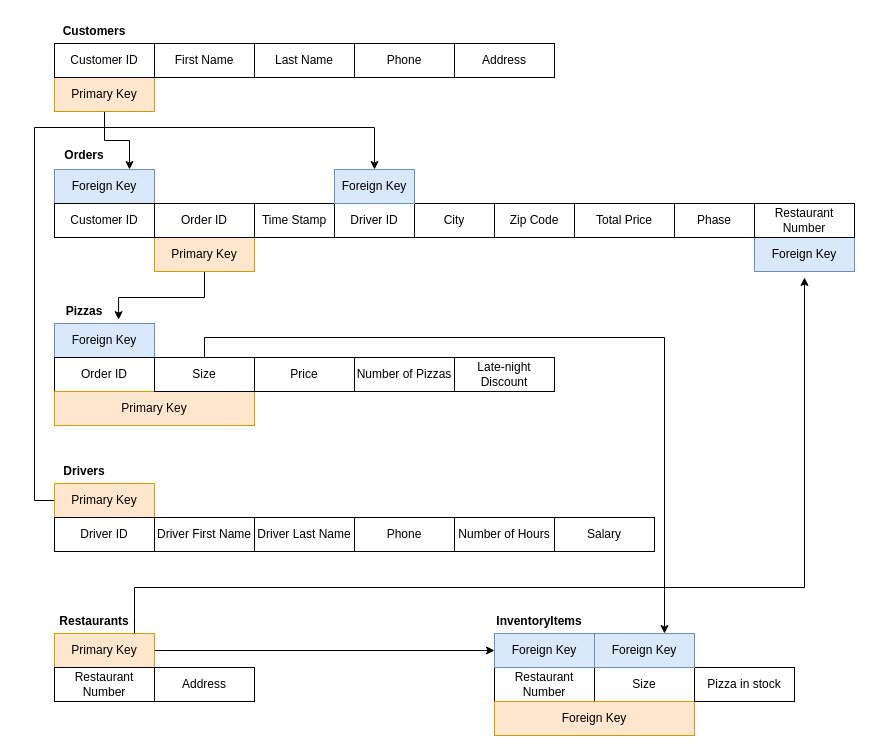
This is page "Second Relation Scheme" (3 of 3) of Project01.drawio from thanhnguyen210299/CSULB-CECS-323, a draw.io file, before an edit. Source tidied: cells renumbered, new cells numbered last; positions are measured from the earlier drawing's top-left corner, leaving out a move shared by most shapes. Both pictures are drawn from the tidied source at 100%, with x=0, y=0 at pixel (34, 17).
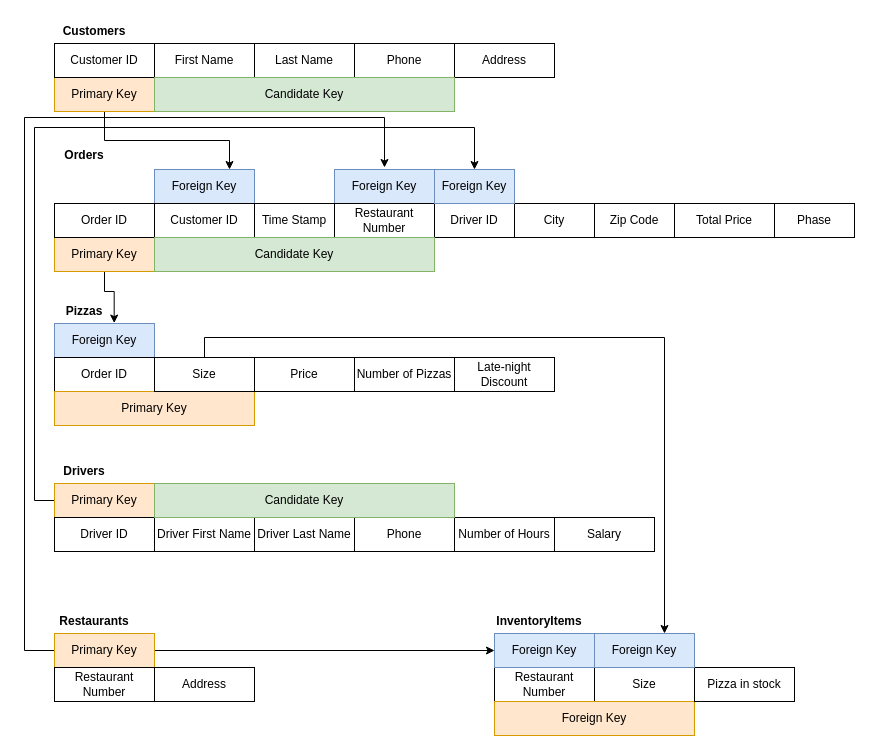
Above is the later version.

Unchanged cells that the change refers to:
```xml
<mxCell id="21" value="Primary Key" style="rounded=0;whiteSpace=wrap;html=1;fillColor=#ffe6cc;strokeColor=#d79b00;" parent="1" vertex="1">
  <mxGeometry x="20" y="466" width="100" height="34" as="geometry" />
</mxCell>
<mxCell id="33" value="Primary Key" style="rounded=0;whiteSpace=wrap;html=1;fillColor=#ffe6cc;strokeColor=#d79b00;" parent="1" vertex="1">
  <mxGeometry x="20" y="616" width="100" height="34" as="geometry" />
</mxCell>
<mxCell id="38" value="Pizzas" style="text;align=center;fontStyle=1;verticalAlign=middle;spacingLeft=3;spacingRight=3;strokeColor=none;points=[[0,0.5],[1,0.5]];portConstraint=eastwest;" parent="1" vertex="1">
  <mxGeometry x="10" y="280" width="80" height="26" as="geometry" />
</mxCell>
<mxCell id="41" value="Foreign Key" style="rounded=0;whiteSpace=wrap;html=1;fillColor=#dae8fc;strokeColor=#6c8ebf;" parent="1" vertex="1">
  <mxGeometry x="20" y="306" width="100" height="34" as="geometry" />
</mxCell>
```

Diff of the diagram source:
```diff
@@
-    <mxCell id="7" style="edgeStyle=orthogonalEdgeStyle;rounded=0;jettySize=auto;html=1;exitX=0.5;exitY=1;exitDx=0;exitDy=0;entryX=0.641;entryY=-0.112;entryDx=0;entryDy=0;entryPerimeter=0;" parent="1" edge="1" source="8" target="41">
-      <mxGeometry relative="1" as="geometry" />
+    <mxCell id="7" style="edgeStyle=orthogonalEdgeStyle;rounded=0;jettySize=auto;html=1;exitX=0.5;exitY=1;exitDx=0;exitDy=0;entryX=0.871;entryY=0.984;entryDx=0;entryDy=0;entryPerimeter=0;" parent="1" edge="1" source="8" target="38">
+      <mxGeometry relative="1" as="geometry">
+        <Array as="points">
+          <mxPoint x="70" y="274" />
+          <mxPoint x="80" y="274" />
+        </Array>
+      </mxGeometry>
     </mxCell>
     <mxCell id="8" value="Primary Key" style="rounded=0;whiteSpace=wrap;html=1;fillColor=#ffe6cc;strokeColor=#d79b00;" parent="1" vertex="1">
-      <mxGeometry x="120" y="220" width="100" height="34" as="geometry" />
+      <mxGeometry x="20" y="220" width="100" height="34" as="geometry" />
     </mxCell>
@@
     <mxCell id="12" value="Foreign Key" style="rounded=0;whiteSpace=wrap;html=1;fillColor=#dae8fc;strokeColor=#6c8ebf;" parent="1" vertex="1">
-      <mxGeometry x="20" y="152" width="100" height="34" as="geometry" />
+      <mxGeometry x="120" y="152" width="100" height="34" as="geometry" />
     </mxCell>
     <mxCell id="13" value="Customer ID" style="rounded=0;whiteSpace=wrap;html=1;" parent="1" vertex="1">
-      <mxGeometry x="20" y="186" width="100" height="34" as="geometry" />
+      <mxGeometry x="120" y="186" width="100" height="34" as="geometry" />
     </mxCell>
     <mxCell id="14" value="Order ID" style="rounded=0;whiteSpace=wrap;html=1;" parent="1" vertex="1">
-      <mxGeometry x="120" y="186" width="100" height="34" as="geometry" />
+      <mxGeometry x="20" y="186" width="100" height="34" as="geometry" />
     </mxCell>
@@
     <mxCell id="16" value="Phase" style="rounded=0;whiteSpace=wrap;html=1;" parent="1" vertex="1">
-      <mxGeometry x="640" y="186" width="80" height="34" as="geometry" />
+      <mxGeometry x="740" y="186" width="80" height="34" as="geometry" />
     </mxCell>
     <mxCell id="17" value="City" style="rounded=0;whiteSpace=wrap;html=1;" parent="1" vertex="1">
-      <mxGeometry x="380" y="186" width="80" height="34" as="geometry" />
+      <mxGeometry x="480" y="186" width="80" height="34" as="geometry" />
     </mxCell>
     <mxCell id="18" value="Zip Code" style="rounded=0;whiteSpace=wrap;html=1;" parent="1" vertex="1">
-      <mxGeometry x="460" y="186" width="80" height="34" as="geometry" />
+      <mxGeometry x="560" y="186" width="80" height="34" as="geometry" />
     </mxCell>
     <mxCell id="19" value="Total Price" style="rounded=0;whiteSpace=wrap;html=1;" parent="1" vertex="1">
-      <mxGeometry x="540" y="186" width="100" height="34" as="geometry" />
+      <mxGeometry x="640" y="186" width="100" height="34" as="geometry" />
     </mxCell>
     <mxCell id="20" style="edgeStyle=orthogonalEdgeStyle;rounded=0;jettySize=auto;html=1;exitX=0;exitY=0.5;exitDx=0;exitDy=0;entryX=0.5;entryY=0;entryDx=0;entryDy=0;" parent="1" edge="1" source="21" target="37">
       <mxGeometry relative="1" as="geometry">
         <Array as="points">
           <mxPoint y="483" />
           <mxPoint y="110" />
-          <mxPoint x="340" y="110" />
+          <mxPoint x="440" y="110" />
         </Array>
       </mxGeometry>
     </mxCell>
@@
     <mxCell id="28" value="Driver ID" style="rounded=0;whiteSpace=wrap;html=1;" parent="1" vertex="1">
-      <mxGeometry x="300" y="186" width="80" height="34" as="geometry" />
+      <mxGeometry x="400" y="186" width="80" height="34" as="geometry" />
     </mxCell>
     <mxCell id="29" value="Foreign Key" style="rounded=0;whiteSpace=wrap;html=1;fillColor=#dae8fc;strokeColor=#6c8ebf;" parent="1" vertex="1">
-      <mxGeometry x="720" y="220" width="100" height="34" as="geometry" />
+      <mxGeometry x="300" y="152" width="100" height="34" as="geometry" />
     </mxCell>
     <mxCell id="30" value="Restaurant Number" style="rounded=0;whiteSpace=wrap;html=1;" parent="1" vertex="1">
-      <mxGeometry x="720" y="186" width="100" height="34" as="geometry" />
+      <mxGeometry x="300" y="186" width="100" height="34" as="geometry" />
     </mxCell>
-    <mxCell id="31" style="edgeStyle=orthogonalEdgeStyle;rounded=0;jettySize=auto;html=1;exitX=1;exitY=0;exitDx=0;exitDy=0;" parent="1" edge="1" source="33">
-      <mxGeometry relative="1" as="geometry">
-        <mxPoint x="770" y="260" as="targetPoint" />
-        <Array as="points">
-          <mxPoint x="100" y="616" />
-          <mxPoint x="100" y="570" />
-          <mxPoint x="770" y="570" />
-        </Array>
-      </mxGeometry>
-    </mxCell>
@@
+    <mxCell id="56" style="edgeStyle=orthogonalEdgeStyle;rounded=0;jettySize=auto;html=1;exitX=0;exitY=0.5;exitDx=0;exitDy=0;" parent="1" edge="1" source="33">
+      <mxGeometry relative="1" as="geometry">
+        <mxPoint x="350" y="150" as="targetPoint" />
+        <Array as="points">
+          <mxPoint x="-10" y="633" />
+          <mxPoint x="-10" y="100" />
+          <mxPoint x="350" y="100" />
+        </Array>
+      </mxGeometry>
+    </mxCell>
@@
     <mxCell id="37" value="Foreign Key" style="rounded=0;whiteSpace=wrap;html=1;fillColor=#dae8fc;strokeColor=#6c8ebf;" parent="1" vertex="1">
-      <mxGeometry x="300" y="152" width="80" height="34" as="geometry" />
+      <mxGeometry x="400" y="152" width="80" height="34" as="geometry" />
     </mxCell>
@@
+    <mxCell id="57" value="Candidate Key" style="rounded=0;whiteSpace=wrap;html=1;fillColor=#d5e8d4;strokeColor=#82b366;" parent="1" vertex="1">
+      <mxGeometry x="120" y="60" width="300" height="34" as="geometry" />
+    </mxCell>
+    <mxCell id="58" value="Candidate Key" style="rounded=0;whiteSpace=wrap;html=1;fillColor=#d5e8d4;strokeColor=#82b366;" parent="1" vertex="1">
+      <mxGeometry x="120" y="466" width="300" height="34" as="geometry" />
+    </mxCell>
+    <mxCell id="59" value="Candidate Key" style="rounded=0;whiteSpace=wrap;html=1;fillColor=#d5e8d4;strokeColor=#82b366;" parent="1" vertex="1">
+      <mxGeometry x="120" y="220" width="280" height="34" as="geometry" />
+    </mxCell>
```
